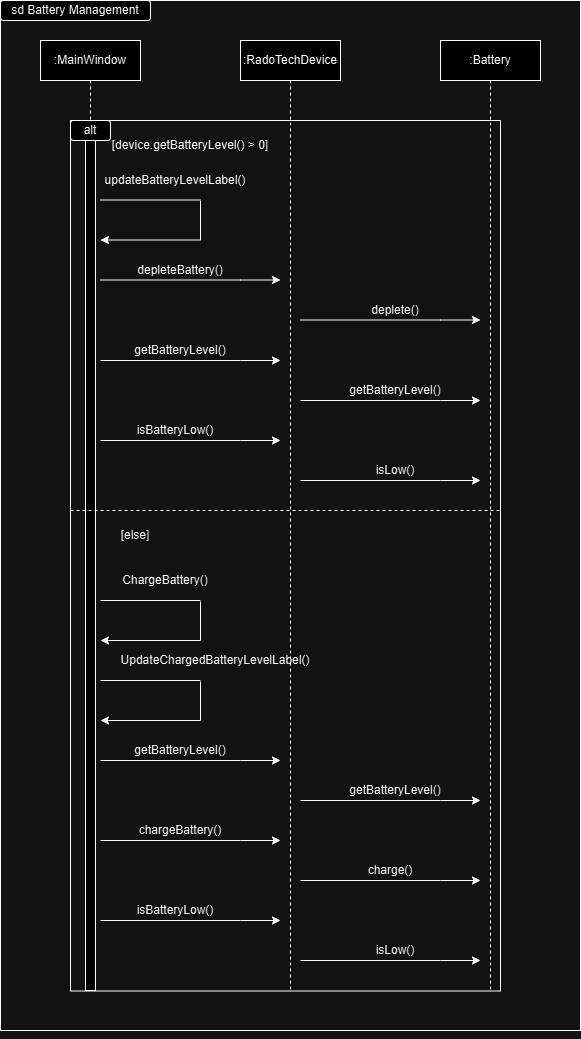
Before: Sequence Diagrams/Battery.png, a diagram exported from draw.io (abdelshafei/Team26RaDoTechSimulation). Source tidied: cells renumbered, new cells last; positions are measured from the earlier drawing's top-left corner, leaving out a move shared by most shapes.
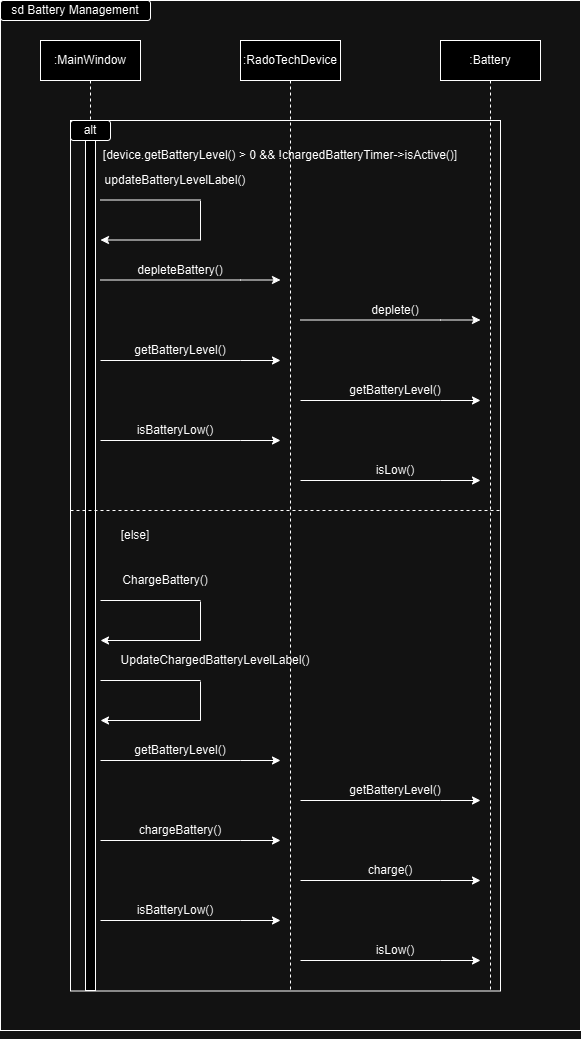
Later version of the same file.

Commit message:
Updated Alt in Battery Sequence

Diff of the diagram source:
```diff
@@ -113,8 +113,8 @@
     <mxCell id="23" value="alt" style="rounded=1;whiteSpace=wrap;html=1;" parent="1" vertex="1">
       <mxGeometry x="70" y="120" width="40" height="20" as="geometry" />
     </mxCell>
-    <mxCell id="24" value="[device.getBatteryLevel() &amp;gt; 0]" style="text;html=1;align=center;verticalAlign=middle;whiteSpace=wrap;rounded=0;" parent="1" vertex="1">
-      <mxGeometry x="110" y="130" width="160" height="30" as="geometry" />
+    <mxCell id="24" value="[device.getBatteryLevel() &amp;gt; 0 &amp;amp;&amp;amp; !chargedBatteryTimer-&amp;gt;isActive()]" style="text;html=1;align=center;verticalAlign=middle;whiteSpace=wrap;rounded=0;" parent="1" vertex="1">
+      <mxGeometry x="90" y="139.5" width="380" height="30" as="geometry" />
     </mxCell>
     <mxCell id="25" style="endArrow=none;dashed=1;html=1;rounded=0;" parent="1" edge="1">
       <mxGeometry relative="1" as="geometry">
```
